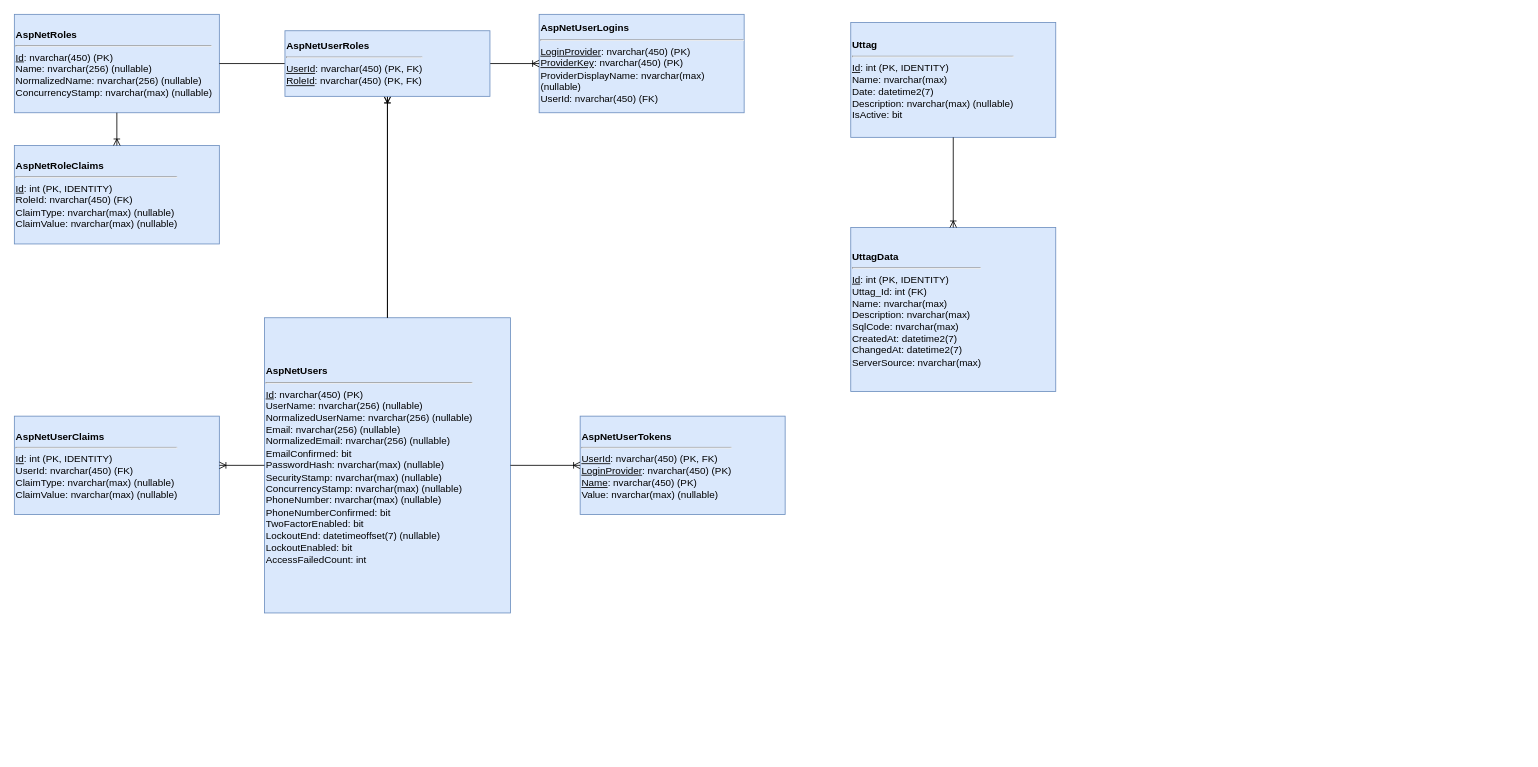
Above: in_template.drawio in Aggis/sqlToER (draw.io), before the change. Source tidied: cells renumbered, new cells numbered last; positions are measured from the earlier drawing's top-left corner, leaving out a move shared by most shapes. Both pictures are drawn from the tidied source at 82%, with x=0, y=0 at pixel (14, 14).
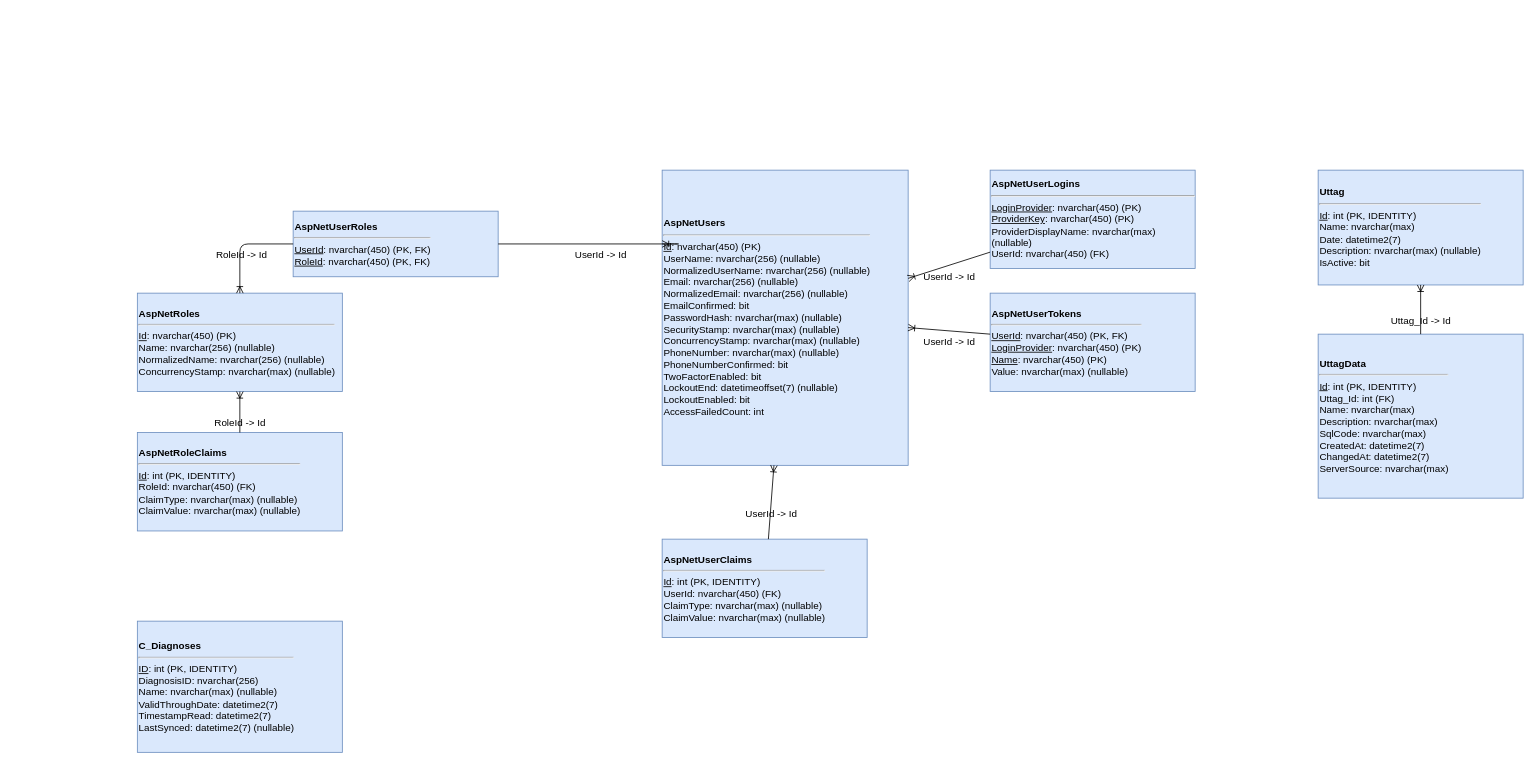
The same diagram, later.

Diff of the diagram source:
```diff
@@
     <mxCell id="2" value="&lt;b&gt;AspNetRoles&lt;/b&gt;&lt;hr&gt;&lt;u&gt;Id&lt;/u&gt;: nvarchar(450) (PK)&lt;br&gt;Name: nvarchar(256) (nullable)&lt;br&gt;NormalizedName: nvarchar(256) (nullable)&lt;br&gt;ConcurrencyStamp: nvarchar(max) (nullable)" style="rounded=0;whiteSpace=wrap;html=1;fillColor=#dae8fc;strokeColor=#6c8ebf;align=left;" parent="1" vertex="1">
-      <mxGeometry width="250" height="120" as="geometry" />
+      <mxGeometry x="150" y="340" width="250" height="120" as="geometry" />
     </mxCell>
     <mxCell id="3" value="&lt;b&gt;AspNetRoleClaims&lt;/b&gt;&lt;hr&gt;&lt;u&gt;Id&lt;/u&gt;: int (PK, IDENTITY)&lt;br&gt;RoleId: nvarchar(450) (FK)&lt;br&gt;ClaimType: nvarchar(max) (nullable)&lt;br&gt;ClaimValue: nvarchar(max) (nullable)" style="rounded=0;whiteSpace=wrap;html=1;fillColor=#dae8fc;strokeColor=#6c8ebf;align=left;" parent="1" vertex="1">
-      <mxGeometry y="160" width="250" height="120" as="geometry" />
+      <mxGeometry x="150" y="510" width="250" height="120" as="geometry" />
     </mxCell>
     <mxCell id="4" value="&lt;b&gt;AspNetUsers&lt;/b&gt;&lt;hr&gt;&lt;u&gt;Id&lt;/u&gt;: nvarchar(450) (PK)&lt;br&gt;UserName: nvarchar(256) (nullable)&lt;br&gt;NormalizedUserName: nvarchar(256) (nullable)&lt;br&gt;Email: nvarchar(256) (nullable)&lt;br&gt;NormalizedEmail: nvarchar(256) (nullable)&lt;br&gt;EmailConfirmed: bit&lt;br&gt;PasswordHash: nvarchar(max) (nullable)&lt;br&gt;SecurityStamp: nvarchar(max) (nullable)&lt;br&gt;ConcurrencyStamp: nvarchar(max) (nullable)&lt;br&gt;PhoneNumber: nvarchar(max) (nullable)&lt;br&gt;PhoneNumberConfirmed: bit&lt;br&gt;TwoFactorEnabled: bit&lt;br&gt;LockoutEnd: datetimeoffset(7) (nullable)&lt;br&gt;LockoutEnabled: bit&lt;br&gt;AccessFailedCount: int" style="rounded=0;whiteSpace=wrap;html=1;fillColor=#dae8fc;strokeColor=#6c8ebf;align=left;" parent="1" vertex="1">
-      <mxGeometry x="305" y="370" width="300" height="360" as="geometry" />
+      <mxGeometry x="790" y="190" width="300" height="360" as="geometry" />
     </mxCell>
     <mxCell id="5" value="&lt;b&gt;AspNetUserClaims&lt;/b&gt;&lt;hr&gt;&lt;u&gt;Id&lt;/u&gt;: int (PK, IDENTITY)&lt;br&gt;UserId: nvarchar(450) (FK)&lt;br&gt;ClaimType: nvarchar(max) (nullable)&lt;br&gt;ClaimValue: nvarchar(max) (nullable)" style="rounded=0;whiteSpace=wrap;html=1;fillColor=#dae8fc;strokeColor=#6c8ebf;align=left;" parent="1" vertex="1">
-      <mxGeometry y="490" width="250" height="120" as="geometry" />
+      <mxGeometry x="790" y="640" width="250" height="120" as="geometry" />
     </mxCell>
     <mxCell id="6" value="&lt;b&gt;AspNetUserLogins&lt;/b&gt;&lt;hr&gt;&lt;u&gt;LoginProvider&lt;/u&gt;: nvarchar(450) (PK)&lt;br&gt;&lt;u&gt;ProviderKey&lt;/u&gt;: nvarchar(450) (PK)&lt;br&gt;ProviderDisplayName: nvarchar(max) (nullable)&lt;br&gt;UserId: nvarchar(450) (FK)" style="rounded=0;whiteSpace=wrap;html=1;fillColor=#dae8fc;strokeColor=#6c8ebf;align=left;" parent="1" vertex="1">
-      <mxGeometry x="640" width="250" height="120" as="geometry" />
+      <mxGeometry x="1190" y="190" width="250" height="120" as="geometry" />
     </mxCell>
+    <mxCell id="18" value="&lt;b&gt;AspNetUserRoles&lt;/b&gt;&lt;hr&gt;&lt;u&gt;UserId&lt;/u&gt;: nvarchar(450) (PK, FK)&lt;br&gt;&lt;u&gt;RoleId&lt;/u&gt;: nvarchar(450) (PK, FK)" style="rounded=0;whiteSpace=wrap;html=1;fillColor=#dae8fc;strokeColor=#6c8ebf;align=left;" parent="1" vertex="1">
+      <mxGeometry x="340" y="240" width="250" height="80" as="geometry" />
+    </mxCell>
     <mxCell id="7" value="&lt;b&gt;AspNetUserTokens&lt;/b&gt;&lt;hr&gt;&lt;u&gt;UserId&lt;/u&gt;: nvarchar(450) (PK, FK)&lt;br&gt;&lt;u&gt;LoginProvider&lt;/u&gt;: nvarchar(450) (PK)&lt;br&gt;&lt;u&gt;Name&lt;/u&gt;: nvarchar(450) (PK)&lt;br&gt;Value: nvarchar(max) (nullable)" style="rounded=0;whiteSpace=wrap;html=1;fillColor=#dae8fc;strokeColor=#6c8ebf;align=left;" parent="1" vertex="1">
-      <mxGeometry x="690" y="490" width="250" height="120" as="geometry" />
+      <mxGeometry x="1190" y="340" width="250" height="120" as="geometry" />
     </mxCell>
+    <mxCell id="19" value="&lt;b&gt;C_Diagnoses&lt;/b&gt;&lt;hr&gt;&lt;u&gt;ID&lt;/u&gt;: int (PK, IDENTITY)&lt;br&gt;DiagnosisID: nvarchar(256)&lt;br&gt;Name: nvarchar(max) (nullable)&lt;br&gt;ValidThroughDate: datetime2(7)&lt;br&gt;TimestampRead: datetime2(7)&lt;br&gt;LastSynced: datetime2(7) (nullable)" style="rounded=0;whiteSpace=wrap;html=1;fillColor=#dae8fc;strokeColor=#6c8ebf;align=left;" parent="1" vertex="1">
+      <mxGeometry x="150" y="740" width="250" height="160" as="geometry" />
+    </mxCell>
     <mxCell id="8" value="&lt;b&gt;Uttag&lt;/b&gt;&lt;hr&gt;&lt;u&gt;Id&lt;/u&gt;: int (PK, IDENTITY)&lt;br&gt;Name: nvarchar(max)&lt;br&gt;Date: datetime2(7)&lt;br&gt;Description: nvarchar(max) (nullable)&lt;br&gt;IsActive: bit" style="rounded=0;whiteSpace=wrap;html=1;fillColor=#dae8fc;strokeColor=#6c8ebf;align=left;" parent="1" vertex="1">
-      <mxGeometry x="1020" y="10" width="250" height="140" as="geometry" />
+      <mxGeometry x="1590" y="190" width="250" height="140" as="geometry" />
     </mxCell>
     <mxCell id="9" value="&lt;b&gt;UttagData&lt;/b&gt;&lt;hr&gt;&lt;u&gt;Id&lt;/u&gt;: int (PK, IDENTITY)&lt;br&gt;Uttag_Id: int (FK)&lt;br&gt;Name: nvarchar(max)&lt;br&gt;Description: nvarchar(max)&lt;br&gt;SqlCode: nvarchar(max)&lt;br&gt;CreatedAt: datetime2(7)&lt;br&gt;ChangedAt: datetime2(7)&lt;br&gt;ServerSource: nvarchar(max)" style="rounded=0;whiteSpace=wrap;html=1;fillColor=#dae8fc;strokeColor=#6c8ebf;align=left;" parent="1" vertex="1">
-      <mxGeometry x="1020" y="260" width="250" height="200" as="geometry" />
+      <mxGeometry x="1590" y="390" width="250" height="200" as="geometry" />
     </mxCell>
-    <mxCell id="10" style="endArrow=ERoneToMany;html=1;fontFamily=Helvetica;fontSize=12;fontColor=#000000;verticalAlign=top;labelBackgroundColor=none;strokeColor=#000000;" parent="1" edge="1" source="2" target="3">
-      <mxGeometry relative="1" as="geometry" />
-    </mxCell>
-    <mxCell id="11" style="endArrow=ERoneToMany;html=1;fontFamily=Helvetica;fontSize=12;fontColor=#000000;verticalAlign=top;labelBackgroundColor=none;strokeColor=#000000;" parent="1" edge="1" source="4" target="5">
-      <mxGeometry relative="1" as="geometry" />
-    </mxCell>
-    <mxCell id="12" style="endArrow=ERoneToMany;html=1;fontFamily=Helvetica;fontSize=12;fontColor=#000000;verticalAlign=top;labelBackgroundColor=none;strokeColor=#000000;" parent="1" edge="1" source="18" target="6">
-      <mxGeometry relative="1" as="geometry" />
-    </mxCell>
-    <mxCell id="13" style="endArrow=ERoneToMany;html=1;fontFamily=Helvetica;fontSize=12;fontColor=#000000;verticalAlign=top;labelBackgroundColor=none;strokeColor=#000000;" parent="1" edge="1" source="2" target="18">
-      <mxGeometry relative="1" as="geometry">
-        <Array as="points">
-          <mxPoint x="420" y="60" />
-        </Array>
-      </mxGeometry>
-    </mxCell>
-    <mxCell id="14" style="endArrow=ERoneToMany;html=1;fontFamily=Helvetica;fontSize=12;fontColor=#000000;verticalAlign=top;labelBackgroundColor=none;strokeColor=#000000;" parent="1" edge="1" source="4" target="18">
-      <mxGeometry relative="1" as="geometry" />
-    </mxCell>
-    <mxCell id="15" style="endArrow=ERoneToMany;html=1;fontFamily=Helvetica;fontSize=12;fontColor=#000000;verticalAlign=top;labelBackgroundColor=none;strokeColor=#000000;" parent="1" edge="1" source="4" target="7">
-      <mxGeometry relative="1" as="geometry" />
-    </mxCell>
-    <mxCell id="16" style="endArrow=ERoneToMany;html=1;fontFamily=Helvetica;fontSize=12;fontColor=#000000;verticalAlign=top;labelBackgroundColor=none;strokeColor=#000000;" parent="1" edge="1" source="8" target="9">
-      <mxGeometry relative="1" as="geometry" />
-    </mxCell>
-    <mxCell id="17" style="endArrow=ERoneToMany;html=1;fontFamily=Helvetica;fontSize=12;fontColor=#000000;verticalAlign=top;labelBackgroundColor=none;strokeColor=#000000;" parent="1" edge="1" source="4" target="18">
-      <mxGeometry relative="1" as="geometry" />
-    </mxCell>
-    <mxCell id="18" value="&lt;b&gt;AspNetUserRoles&lt;/b&gt;&lt;hr&gt;&lt;u&gt;UserId&lt;/u&gt;: nvarchar(450) (PK, FK)&lt;br&gt;&lt;u&gt;RoleId&lt;/u&gt;: nvarchar(450) (PK, FK)" style="rounded=0;whiteSpace=wrap;html=1;fillColor=#dae8fc;strokeColor=#6c8ebf;align=left;" parent="1" vertex="1">
-      <mxGeometry x="330" y="20" width="250" height="80" as="geometry" />
-    </mxCell>
+    <mxCell id="20" value="RoleId -&gt; Id" style="endArrow=ERoneToMany;html=1;fontFamily=Helvetica;fontSize=12;fontColor=#000000;verticalAlign=top;labelBackgroundColor=none;strokeColor=#000000;" parent="1" edge="1" source="3" target="2">
+      <mxGeometry relative="1" as="geometry" />
+    </mxCell>
+    <mxCell id="21" value="UserId -&gt; Id" style="endArrow=ERoneToMany;html=1;fontFamily=Helvetica;fontSize=12;fontColor=#000000;verticalAlign=top;labelBackgroundColor=none;strokeColor=#000000;" parent="1" edge="1" source="5" target="4">
+      <mxGeometry relative="1" as="geometry" />
+    </mxCell>
+    <mxCell id="22" value="UserId -&gt; Id" style="endArrow=ERoneToMany;html=1;fontFamily=Helvetica;fontSize=12;fontColor=#000000;verticalAlign=top;labelBackgroundColor=none;strokeColor=#000000;" parent="1" edge="1" source="6" target="4">
+      <mxGeometry relative="1" as="geometry" />
+    </mxCell>
+    <mxCell id="23" value="RoleId -&gt; Id" style="endArrow=ERoneToMany;html=1;fontFamily=Helvetica;fontSize=12;fontColor=#000000;verticalAlign=top;labelBackgroundColor=none;strokeColor=#000000;" parent="1" edge="1" source="18" target="2">
+      <mxGeometry relative="1" as="geometry">
+        <Array as="points">
+          <mxPoint x="275" y="280" />
+          <mxPoint x="275" y="340" />
+        </Array>
+      </mxGeometry>
+    </mxCell>
+    <mxCell id="24" value="UserId -&gt; Id" style="endArrow=ERoneToMany;html=1;fontFamily=Helvetica;fontSize=12;fontColor=#000000;verticalAlign=top;labelBackgroundColor=none;strokeColor=#000000;" parent="1" edge="1" source="18" target="4">
+      <mxGeometry relative="1" as="geometry">
+        <Array as="points">
+          <mxPoint x="815" y="280" />
+          <mxPoint x="790" y="280" />
+        </Array>
+      </mxGeometry>
+    </mxCell>
+    <mxCell id="25" value="UserId -&gt; Id" style="endArrow=ERoneToMany;html=1;fontFamily=Helvetica;fontSize=12;fontColor=#000000;verticalAlign=top;labelBackgroundColor=none;strokeColor=#000000;" parent="1" edge="1" source="7" target="4">
+      <mxGeometry relative="1" as="geometry" />
+    </mxCell>
+    <mxCell id="26" value="Uttag_Id -&gt; Id" style="endArrow=ERoneToMany;html=1;fontFamily=Helvetica;fontSize=12;fontColor=#000000;verticalAlign=top;labelBackgroundColor=none;strokeColor=#000000;" parent="1" edge="1" source="9" target="8">
+      <mxGeometry relative="1" as="geometry" />
+    </mxCell>
```
